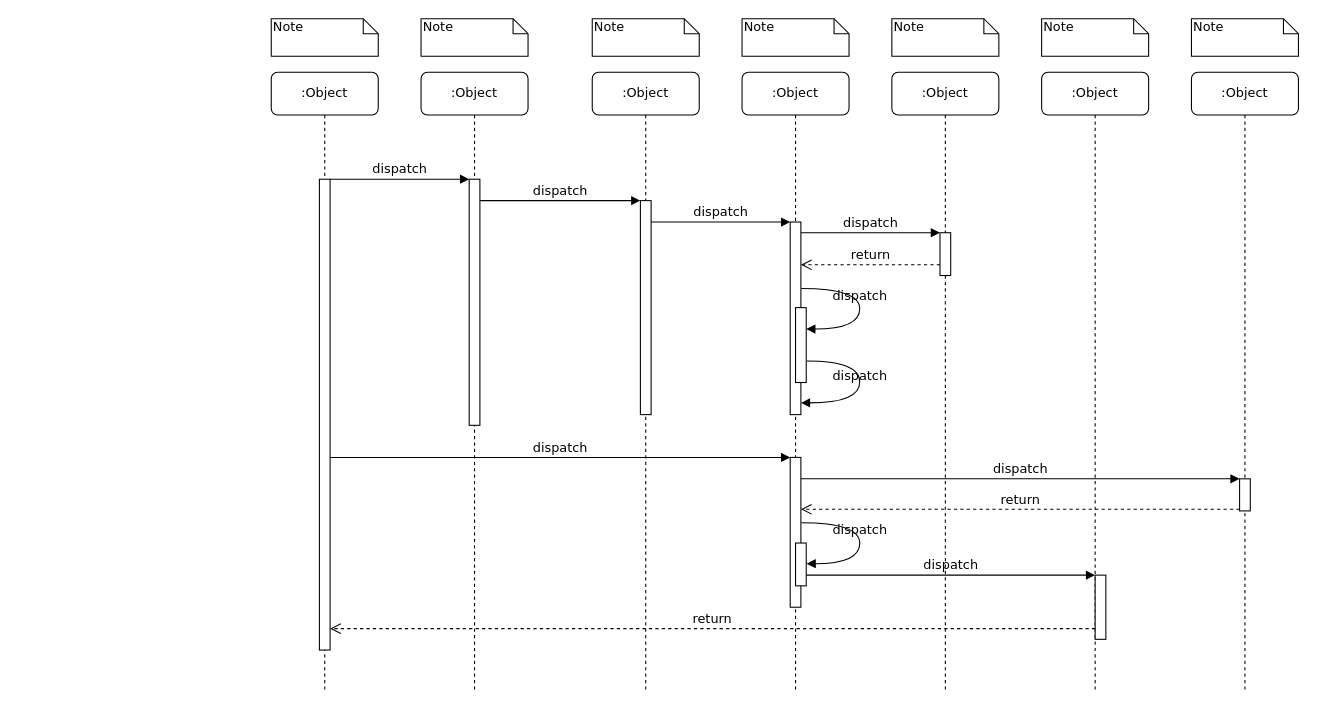
This is UML_Sequence.drawio from adriennhorvath/architecture, a draw.io file, before an edit. Source tidied: cells renumbered, new cells numbered last; positions are measured from the earlier drawing's top-left corner, leaving out a move shared by most shapes. Both pictures are drawn from the tidied source at 107%, with x=0, y=0 at pixel (271, 18).
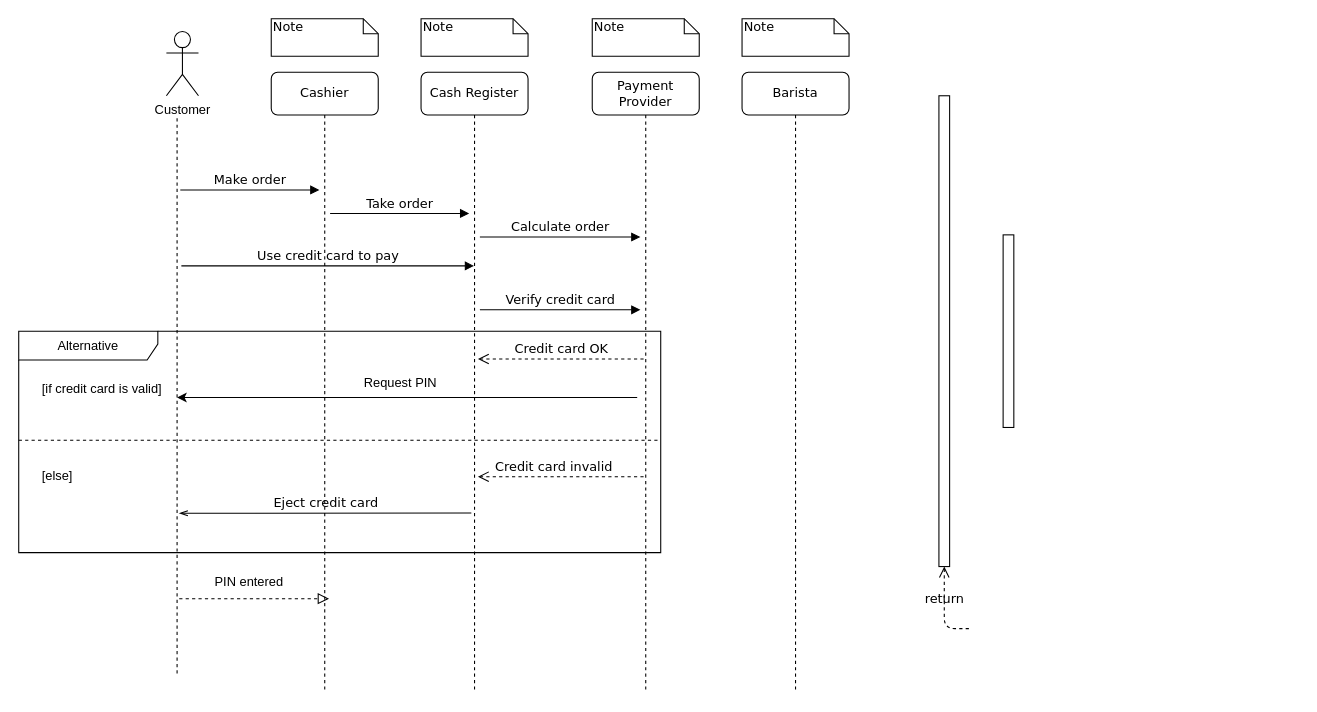
The same diagram, later.

Commit message:
UML_Sequence.drawio Alternative else

The edit, as a diff of the source:
```diff
@@
-    <mxCell id="2" value=":Object" style="shape=umlLifeline;perimeter=lifelinePerimeter;whiteSpace=wrap;html=1;outlineConnect=0;rounded=1;shadow=0;comic=0;labelBackgroundColor=none;strokeWidth=1;fontFamily=Verdana;fontSize=12;align=center;" parent="1" vertex="1">
+    <mxCell id="2" value="Cash Register" style="shape=umlLifeline;perimeter=lifelinePerimeter;whiteSpace=wrap;html=1;outlineConnect=0;rounded=1;shadow=0;comic=0;labelBackgroundColor=none;strokeWidth=1;fontFamily=Verdana;fontSize=12;align=center;" parent="1" vertex="1">
       <mxGeometry x="140" y="50" width="100" height="580" as="geometry" />
     </mxCell>
-    <mxCell id="3" style="html=1;points=[];perimeter=orthogonalPerimeter;rounded=0;shadow=0;comic=0;labelBackgroundColor=none;strokeWidth=1;fontFamily=Verdana;fontSize=12;align=center;" parent="2" vertex="1">
-      <mxGeometry x="45" y="100" width="10" height="230" as="geometry" />
-    </mxCell>
+    <mxCell id="39" value="Take order" style="html=1;verticalAlign=bottom;endArrow=block;entryX=0;entryY=0;labelBackgroundColor=none;fontFamily=Verdana;fontSize=12;edgeStyle=elbowEdgeStyle;elbow=vertical;" parent="2" edge="1">
+      <mxGeometry relative="1" as="geometry">
+        <mxPoint x="-85" y="132" as="sourcePoint" />
+        <mxPoint x="45" y="132" as="targetPoint" />
+      </mxGeometry>
+    </mxCell>
-    <mxCell id="4" value=":Object" style="shape=umlLifeline;perimeter=lifelinePerimeter;whiteSpace=wrap;html=1;rounded=1;shadow=0;comic=0;labelBackgroundColor=none;strokeWidth=1;fontFamily=Verdana;fontSize=12;align=center;" parent="1" vertex="1">
+    <mxCell id="4" value="Payment Provider" style="shape=umlLifeline;perimeter=lifelinePerimeter;whiteSpace=wrap;html=1;rounded=1;shadow=0;comic=0;labelBackgroundColor=none;strokeWidth=1;fontFamily=Verdana;fontSize=12;align=center;" parent="1" vertex="1">
       <mxGeometry x="300" y="50" width="100" height="580" as="geometry" />
     </mxCell>
-    <mxCell id="5" style="html=1;points=[];perimeter=orthogonalPerimeter;rounded=0;shadow=0;comic=0;labelBackgroundColor=none;strokeWidth=1;fontFamily=Verdana;fontSize=12;align=center;" parent="4" vertex="1">
-      <mxGeometry x="45" y="120" width="10" height="200" as="geometry" />
-    </mxCell>
-    <mxCell id="6" value=":Object" style="shape=umlLifeline;perimeter=lifelinePerimeter;whiteSpace=wrap;html=1;rounded=1;shadow=0;comic=0;labelBackgroundColor=none;strokeWidth=1;fontFamily=Verdana;fontSize=12;align=center;" parent="1" vertex="1">
+    <mxCell id="6" value="Barista" style="shape=umlLifeline;perimeter=lifelinePerimeter;whiteSpace=wrap;html=1;rounded=1;shadow=0;comic=0;labelBackgroundColor=none;strokeWidth=1;fontFamily=Verdana;fontSize=12;align=center;" parent="1" vertex="1">
       <mxGeometry x="440" y="50" width="100" height="580" as="geometry" />
     </mxCell>
-    <mxCell id="7" value=":Object" style="shape=umlLifeline;perimeter=lifelinePerimeter;whiteSpace=wrap;html=1;rounded=1;shadow=0;comic=0;labelBackgroundColor=none;strokeWidth=1;fontFamily=Verdana;fontSize=12;align=center;" parent="1" vertex="1">
-      <mxGeometry x="580" y="50" width="100" height="580" as="geometry" />
-    </mxCell>
-    <mxCell id="8" value=":Object" style="shape=umlLifeline;perimeter=lifelinePerimeter;whiteSpace=wrap;html=1;rounded=1;shadow=0;comic=0;labelBackgroundColor=none;strokeWidth=1;fontFamily=Verdana;fontSize=12;align=center;" parent="1" vertex="1">
-      <mxGeometry x="720" y="50" width="100" height="580" as="geometry" />
-    </mxCell>
-    <mxCell id="9" value=":Object" style="shape=umlLifeline;perimeter=lifelinePerimeter;whiteSpace=wrap;html=1;rounded=1;shadow=0;comic=0;labelBackgroundColor=none;strokeWidth=1;fontFamily=Verdana;fontSize=12;align=center;" parent="1" vertex="1">
-      <mxGeometry x="860" y="50" width="100" height="580" as="geometry" />
-    </mxCell>
-    <mxCell id="10" value=":Object" style="shape=umlLifeline;perimeter=lifelinePerimeter;whiteSpace=wrap;html=1;rounded=1;shadow=0;comic=0;labelBackgroundColor=none;strokeWidth=1;fontFamily=Verdana;fontSize=12;align=center;" parent="1" vertex="1">
+    <mxCell id="10" value="Cashier" style="shape=umlLifeline;perimeter=lifelinePerimeter;whiteSpace=wrap;html=1;rounded=1;shadow=0;comic=0;labelBackgroundColor=none;strokeWidth=1;fontFamily=Verdana;fontSize=12;align=center;" parent="1" vertex="1">
       <mxGeometry y="50" width="100" height="580" as="geometry" />
     </mxCell>
-    <mxCell id="11" style="html=1;points=[];perimeter=orthogonalPerimeter;rounded=0;shadow=0;comic=0;labelBackgroundColor=none;strokeWidth=1;fontFamily=Verdana;fontSize=12;align=center;" parent="10" vertex="1">
-      <mxGeometry x="45" y="100" width="10" height="440" as="geometry" />
-    </mxCell>
+    <mxCell id="40" value="Make order" style="html=1;verticalAlign=bottom;endArrow=block;entryX=0;entryY=0;labelBackgroundColor=none;fontFamily=Verdana;fontSize=12;edgeStyle=elbowEdgeStyle;elbow=vertical;" parent="10" edge="1">
+      <mxGeometry relative="1" as="geometry">
+        <mxPoint x="-85" y="110" as="sourcePoint" />
+        <mxPoint x="45" y="110" as="targetPoint" />
+      </mxGeometry>
+    </mxCell>
+    <mxCell id="41" style="endArrow=none;dashed=1;html=1;rounded=0;" parent="10" edge="1">
+      <mxGeometry relative="1" as="geometry">
+        <mxPoint x="-88" y="562" as="sourcePoint" />
+        <mxPoint x="-88" y="42" as="targetPoint" />
+      </mxGeometry>
+    </mxCell>
+    <mxCell id="42" value="Use credit card to pay" style="html=1;verticalAlign=bottom;endArrow=block;labelBackgroundColor=none;fontFamily=Verdana;fontSize=12;edgeStyle=elbowEdgeStyle;elbow=vertical;" parent="10" edge="1" target="2">
+      <mxGeometry relative="1" as="geometry">
+        <mxPoint x="-84" y="181" as="sourcePoint" />
+      </mxGeometry>
+    </mxCell>
     <mxCell id="12" style="html=1;points=[];perimeter=orthogonalPerimeter;rounded=0;shadow=0;comic=0;labelBackgroundColor=none;strokeWidth=1;fontFamily=Verdana;fontSize=12;align=center;" parent="1" vertex="1">
-      <mxGeometry x="485" y="190" width="10" height="180" as="geometry" />
+      <mxGeometry x="684" y="202" width="10" height="180" as="geometry" />
     </mxCell>
-    <mxCell id="13" value="dispatch" style="html=1;verticalAlign=bottom;endArrow=block;labelBackgroundColor=none;fontFamily=Verdana;fontSize=12;edgeStyle=elbowEdgeStyle;elbow=vertical;" parent="1" edge="1" source="5" target="12">
-      <mxGeometry relative="1" as="geometry">
-        <Array as="points">
-          <mxPoint x="360" y="190" />
-        </Array>
-      </mxGeometry>
-    </mxCell>
-    <mxCell id="14" style="html=1;points=[];perimeter=orthogonalPerimeter;rounded=0;shadow=0;comic=0;labelBackgroundColor=none;strokeWidth=1;fontFamily=Verdana;fontSize=12;align=center;" parent="1" vertex="1">
-      <mxGeometry x="625" y="200" width="10" height="40" as="geometry" />
-    </mxCell>
-    <mxCell id="15" value="dispatch" style="html=1;verticalAlign=bottom;endArrow=block;entryX=0;entryY=0;labelBackgroundColor=none;fontFamily=Verdana;fontSize=12;edgeStyle=elbowEdgeStyle;elbow=vertical;" parent="1" edge="1" source="12" target="14">
-      <mxGeometry relative="1" as="geometry" />
-    </mxCell>
-    <mxCell id="16" value="return" style="html=1;verticalAlign=bottom;endArrow=open;dashed=1;endSize=8;labelBackgroundColor=none;fontFamily=Verdana;fontSize=12;edgeStyle=elbowEdgeStyle;elbow=vertical;" parent="1" edge="1" source="14" target="12">
+    <mxCell id="16" value="Credit card OK" style="html=1;verticalAlign=bottom;endArrow=open;dashed=1;endSize=8;labelBackgroundColor=none;fontFamily=Verdana;fontSize=12;edgeStyle=elbowEdgeStyle;elbow=vertical;" parent="1" edge="1">
       <mxGeometry relative="1" as="geometry">
+        <mxPoint x="348" y="318" as="sourcePoint" />
+        <mxPoint x="193.2" y="318" as="targetPoint" />
         <Array as="points">
-          <mxPoint x="570" y="230" />
-          <mxPoint x="600" y="230" />
+          <mxPoint x="292" y="318" />
+          <mxPoint x="322" y="318" />
         </Array>
       </mxGeometry>
     </mxCell>
-    <mxCell id="17" style="html=1;points=[];perimeter=orthogonalPerimeter;rounded=0;shadow=0;comic=0;labelBackgroundColor=none;strokeWidth=1;fontFamily=Verdana;fontSize=12;align=center;" parent="1" vertex="1">
-      <mxGeometry x="485" y="410" width="10" height="140" as="geometry" />
-    </mxCell>
-    <mxCell id="18" value="dispatch" style="html=1;verticalAlign=bottom;endArrow=block;entryX=0;entryY=0;labelBackgroundColor=none;fontFamily=Verdana;fontSize=12;" parent="1" edge="1" source="11" target="17">
-      <mxGeometry relative="1" as="geometry" />
-    </mxCell>
-    <mxCell id="19" style="html=1;points=[];perimeter=orthogonalPerimeter;rounded=0;shadow=0;comic=0;labelBackgroundColor=none;strokeColor=#000000;strokeWidth=1;fillColor=#FFFFFF;fontFamily=Verdana;fontSize=12;fontColor=#000000;align=center;" parent="1" vertex="1">
-      <mxGeometry x="905" y="430" width="10" height="30" as="geometry" />
-    </mxCell>
-    <mxCell id="20" value="dispatch" style="html=1;verticalAlign=bottom;endArrow=block;entryX=0;entryY=0;labelBackgroundColor=none;fontFamily=Verdana;fontSize=12;" parent="1" edge="1" source="17" target="19">
-      <mxGeometry relative="1" as="geometry" />
-    </mxCell>
-    <mxCell id="21" value="return" style="html=1;verticalAlign=bottom;endArrow=open;dashed=1;endSize=8;exitX=0;exitY=0.95;labelBackgroundColor=none;fontFamily=Verdana;fontSize=12;" parent="1" edge="1" source="19" target="17">
-      <mxGeometry relative="1" as="geometry" />
-    </mxCell>
-    <mxCell id="22" style="html=1;points=[];perimeter=orthogonalPerimeter;rounded=0;shadow=0;comic=0;labelBackgroundColor=none;strokeWidth=1;fontFamily=Verdana;fontSize=12;align=center;" parent="1" vertex="1">
-      <mxGeometry x="770" y="520" width="10" height="60" as="geometry" />
-    </mxCell>
-    <mxCell id="23" value="dispatch" style="html=1;verticalAlign=bottom;endArrow=block;entryX=0;entryY=0;labelBackgroundColor=none;fontFamily=Verdana;fontSize=12;edgeStyle=elbowEdgeStyle;elbow=vertical;" parent="1" edge="1" source="30" target="22">
-      <mxGeometry relative="1" as="geometry" />
-    </mxCell>
-    <mxCell id="24" value="return" style="html=1;verticalAlign=bottom;endArrow=open;dashed=1;endSize=8;labelBackgroundColor=none;fontFamily=Verdana;fontSize=12;edgeStyle=elbowEdgeStyle;elbow=vertical;" parent="1" edge="1" source="22" target="11">
+    <mxCell id="24" value="return" style="html=1;verticalAlign=bottom;endArrow=open;dashed=1;endSize=8;labelBackgroundColor=none;fontFamily=Verdana;fontSize=12;edgeStyle=elbowEdgeStyle;elbow=vertical;" parent="1" edge="1" target="11">
       <mxGeometry relative="1" as="geometry">
+        <mxPoint x="652" y="570" as="sourcePoint" />
         <Array as="points">
-          <mxPoint x="470" y="570" />
+          <mxPoint x="352" y="570" />
         </Array>
       </mxGeometry>
     </mxCell>
-    <mxCell id="25" value="dispatch" style="html=1;verticalAlign=bottom;endArrow=block;entryX=0;entryY=0;labelBackgroundColor=none;fontFamily=Verdana;fontSize=12;edgeStyle=elbowEdgeStyle;elbow=vertical;" parent="1" edge="1" source="11" target="3">
-      <mxGeometry relative="1" as="geometry" />
-    </mxCell>
-    <mxCell id="26" value="dispatch" style="html=1;verticalAlign=bottom;endArrow=block;entryX=0;entryY=0;labelBackgroundColor=none;fontFamily=Verdana;fontSize=12;edgeStyle=elbowEdgeStyle;elbow=vertical;" parent="1" edge="1" source="3" target="5">
-      <mxGeometry relative="1" as="geometry" />
+    <mxCell id="26" value="Calculate order" style="html=1;verticalAlign=bottom;endArrow=block;entryX=0;entryY=0;labelBackgroundColor=none;fontFamily=Verdana;fontSize=12;edgeStyle=elbowEdgeStyle;elbow=vertical;" parent="1" edge="1">
+      <mxGeometry relative="1" as="geometry">
+        <mxPoint x="195" y="204" as="sourcePoint" />
+        <mxPoint x="345" y="204" as="targetPoint" />
+      </mxGeometry>
     </mxCell>
-    <mxCell id="27" style="html=1;points=[];perimeter=orthogonalPerimeter;rounded=0;shadow=0;comic=0;labelBackgroundColor=none;strokeWidth=1;fontFamily=Verdana;fontSize=12;align=center;" parent="1" vertex="1">
-      <mxGeometry x="490" y="270" width="10" height="70" as="geometry" />
-    </mxCell>
-    <mxCell id="28" value="dispatch" style="html=1;verticalAlign=bottom;endArrow=block;labelBackgroundColor=none;fontFamily=Verdana;fontSize=12;elbow=vertical;edgeStyle=orthogonalEdgeStyle;curved=1;entryX=1;entryY=0.286;entryPerimeter=0;exitX=1.038;exitY=0.345;exitPerimeter=0;" parent="1" edge="1" source="12" target="27">
-      <mxGeometry relative="1" as="geometry">
-        <Array as="points">
-          <mxPoint x="550" y="252" />
-          <mxPoint x="550" y="290" />
-        </Array>
-      </mxGeometry>
-    </mxCell>
-    <mxCell id="29" value="dispatch" style="html=1;verticalAlign=bottom;endArrow=block;labelBackgroundColor=none;fontFamily=Verdana;fontSize=12;elbow=vertical;edgeStyle=orthogonalEdgeStyle;curved=1;exitX=1.066;exitY=0.713;exitPerimeter=0;" parent="1" edge="1" source="27">
-      <mxGeometry relative="1" as="geometry">
-        <mxPoint x="495" y="359" as="targetPoint" />
-        <Array as="points">
-          <mxPoint x="550" y="320" />
-          <mxPoint x="550" y="359" />
-        </Array>
-      </mxGeometry>
-    </mxCell>
-    <mxCell id="30" style="html=1;points=[];perimeter=orthogonalPerimeter;rounded=0;shadow=0;comic=0;labelBackgroundColor=none;strokeWidth=1;fontFamily=Verdana;fontSize=12;align=center;" parent="1" vertex="1">
-      <mxGeometry x="490" y="490" width="10" height="40" as="geometry" />
-    </mxCell>
-    <mxCell id="31" value="dispatch" style="html=1;verticalAlign=bottom;endArrow=block;labelBackgroundColor=none;fontFamily=Verdana;fontSize=12;elbow=vertical;edgeStyle=orthogonalEdgeStyle;curved=1;entryX=1;entryY=0.286;entryPerimeter=0;exitX=1.038;exitY=0.345;exitPerimeter=0;" parent="1" edge="1">
-      <mxGeometry relative="1" as="geometry">
-        <mxPoint x="495.3" y="471" as="sourcePoint" />
-        <mxPoint x="500.3" y="509.3" as="targetPoint" />
-        <Array as="points">
-          <mxPoint x="550" y="471" />
-          <mxPoint x="550" y="509" />
-        </Array>
-      </mxGeometry>
-    </mxCell>
@@
-    <mxCell id="36" value="Note" style="shape=note;whiteSpace=wrap;html=1;size=14;verticalAlign=top;align=left;spacingTop=-6;rounded=0;shadow=0;comic=0;labelBackgroundColor=none;strokeWidth=1;fontFamily=Verdana;fontSize=12;" parent="1" vertex="1">
-      <mxGeometry x="580" width="100" height="35" as="geometry" />
-    </mxCell>
-    <mxCell id="37" value="Note" style="shape=note;whiteSpace=wrap;html=1;size=14;verticalAlign=top;align=left;spacingTop=-6;rounded=0;shadow=0;comic=0;labelBackgroundColor=none;strokeWidth=1;fontFamily=Verdana;fontSize=12;" parent="1" vertex="1">
-      <mxGeometry x="720" width="100" height="35" as="geometry" />
-    </mxCell>
-    <mxCell id="38" value="Note" style="shape=note;whiteSpace=wrap;html=1;size=14;verticalAlign=top;align=left;spacingTop=-6;rounded=0;shadow=0;comic=0;labelBackgroundColor=none;strokeWidth=1;fontFamily=Verdana;fontSize=12;" parent="1" vertex="1">
-      <mxGeometry x="860" width="100" height="35" as="geometry" />
-    </mxCell>
+    <mxCell id="43" value="Customer" style="shape=umlActor;verticalLabelPosition=bottom;verticalAlign=top;html=1;" parent="1" vertex="1">
+      <mxGeometry x="-98" y="12" width="30" height="60" as="geometry" />
+    </mxCell>
+    <mxCell id="44" style="endArrow=classic;html=1;rounded=0;" parent="1" edge="1">
+      <mxGeometry relative="1" as="geometry">
+        <mxPoint x="342" y="354" as="sourcePoint" />
+        <mxPoint x="-88" y="354" as="targetPoint" />
+      </mxGeometry>
+    </mxCell>
+    <mxCell id="45" value="Request PIN" style="text;html=1;align=center;verticalAlign=middle;whiteSpace=wrap;rounded=0;" parent="1" vertex="1">
+      <mxGeometry x="82" y="326" width="78" height="30" as="geometry" />
+    </mxCell>
+    <mxCell id="46" value="Alternative" style="shape=umlFrame;whiteSpace=wrap;html=1;width=130;height=27;" parent="1" vertex="1">
+      <mxGeometry x="-236" y="292" width="600" height="207" as="geometry" />
+    </mxCell>
+    <mxCell id="47" value="[if credit card is valid]" style="text;html=1;" parent="46" vertex="1">
+      <mxGeometry width="100" height="20" relative="1" as="geometry">
+        <mxPoint x="20" y="40" as="offset" />
+      </mxGeometry>
+    </mxCell>
+    <mxCell id="48" value="[else]" style="line;strokeWidth=1;dashed=1;labelPosition=center;verticalLabelPosition=bottom;align=left;verticalAlign=top;spacingLeft=20;spacingTop=15;html=1;whiteSpace=wrap;" parent="46" vertex="1">
+      <mxGeometry y="97" width="600" height="10" as="geometry" />
+    </mxCell>
+    <mxCell id="49" value="Eject credit card" style="html=1;verticalAlign=bottom;endArrow=none;labelBackgroundColor=none;fontFamily=Verdana;fontSize=12;edgeStyle=elbowEdgeStyle;elbow=vertical;startFill=0;startArrow=openThin;" parent="46" edge="1">
+      <mxGeometry relative="1" as="geometry">
+        <mxPoint x="150" y="170.2" as="sourcePoint" />
+        <mxPoint x="423" y="170.2" as="targetPoint" />
+      </mxGeometry>
+    </mxCell>
+    <mxCell id="11" style="html=1;points=[];perimeter=orthogonalPerimeter;rounded=0;shadow=0;comic=0;labelBackgroundColor=none;strokeWidth=1;fontFamily=Verdana;fontSize=12;align=center;" parent="1" vertex="1">
+      <mxGeometry x="624" y="72" width="10" height="440" as="geometry" />
+    </mxCell>
+    <mxCell id="50" value="Verify credit card" style="html=1;verticalAlign=bottom;endArrow=block;entryX=0;entryY=0;labelBackgroundColor=none;fontFamily=Verdana;fontSize=12;edgeStyle=elbowEdgeStyle;elbow=horizontal;" parent="1" edge="1">
+      <mxGeometry relative="1" as="geometry">
+        <mxPoint x="195" y="272" as="sourcePoint" />
+        <mxPoint x="345" y="272" as="targetPoint" />
+      </mxGeometry>
+    </mxCell>
+    <mxCell id="51" value="Credit card invalid" style="html=1;verticalAlign=bottom;endArrow=open;dashed=1;endSize=8;labelBackgroundColor=none;fontFamily=Verdana;fontSize=12;edgeStyle=elbowEdgeStyle;elbow=vertical;" parent="1" edge="1">
+      <mxGeometry x="0.09" relative="1" as="geometry">
+        <mxPoint x="348" y="428" as="sourcePoint" />
+        <mxPoint x="193.2" y="428" as="targetPoint" />
+        <Array as="points">
+          <mxPoint x="292" y="428" />
+          <mxPoint x="322" y="428" />
+        </Array>
+      </mxGeometry>
+    </mxCell>
+    <mxCell id="52" value="PIN entered" style="text;html=1;align=center;verticalAlign=middle;strokeColor=none;fillColor=none;" parent="1" vertex="1">
+      <mxGeometry x="-66" y="512" width="90" height="30" as="geometry" />
+    </mxCell>
+    <mxCell id="53" style="endArrow=block;startArrow=none;endFill=0;startFill=0;endSize=8;html=1;verticalAlign=bottom;dashed=1;labelBackgroundColor=none;rounded=0;" parent="1" edge="1">
+      <mxGeometry relative="1" as="geometry">
+        <mxPoint x="-86" y="542" as="sourcePoint" />
+        <mxPoint x="54" y="542" as="targetPoint" />
+      </mxGeometry>
+    </mxCell>
```
